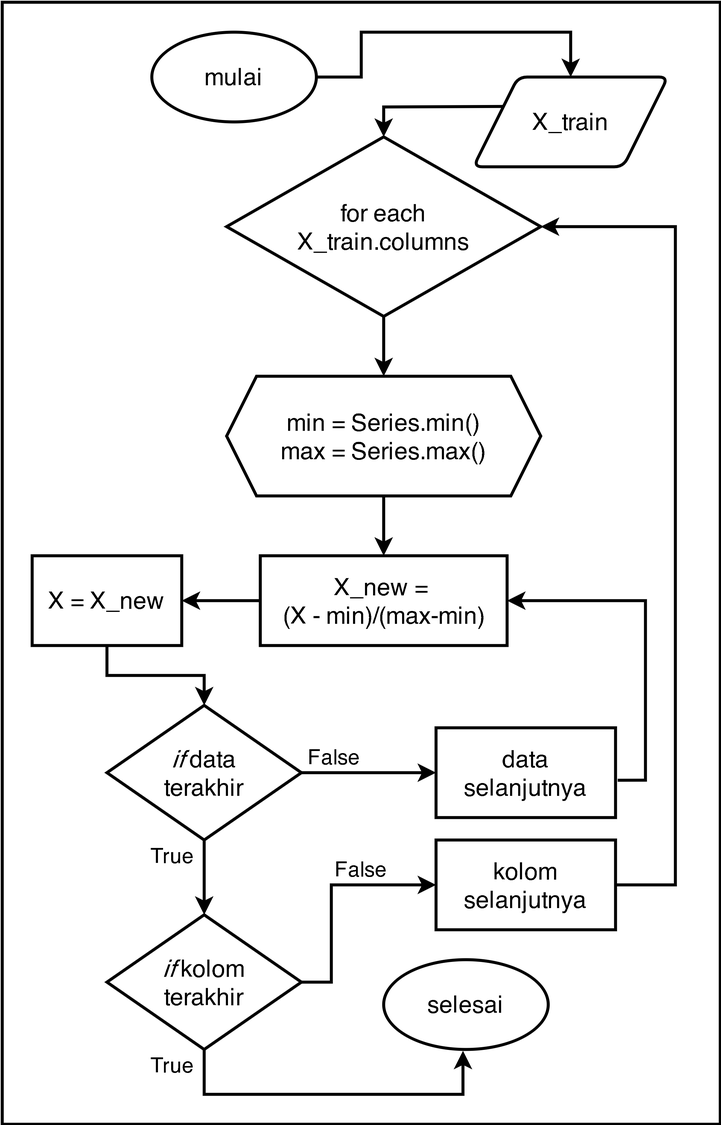
The draw.io diagram Images/flowchart_normalisasi_minmax.png in rshby/skripsi, before a commit. Source tidied: cells renumbered, new cells last; positions are measured from the earlier drawing's top-left corner, leaving out a move shared by most shapes.
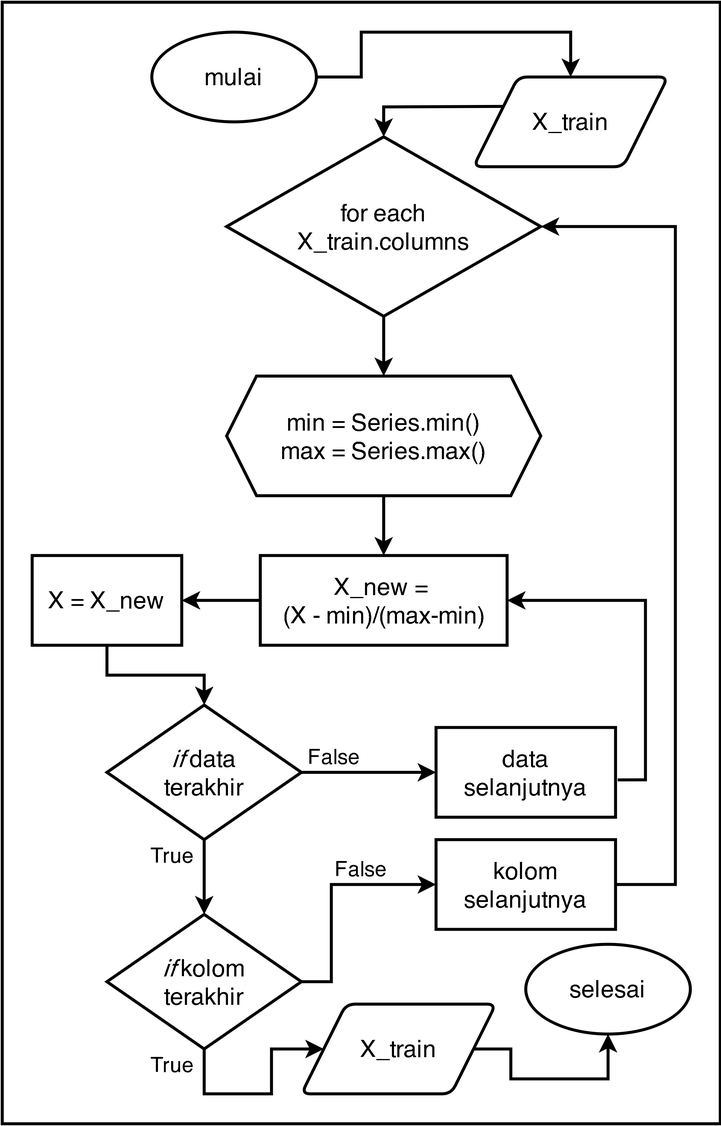
After the change.

Diff of the diagram source:
```diff
@@ -12,7 +12,7 @@
       <mxGeometry x="100" y="20" width="110" height="60" as="geometry" />
     </mxCell>
     <mxCell id="5" value="&lt;font style=&quot;font-size: 16px&quot;&gt;selesai&lt;/font&gt;" style="ellipse;whiteSpace=wrap;html=1;strokeWidth=2;" parent="2" vertex="1">
-      <mxGeometry x="255" y="640" width="110" height="60" as="geometry" />
+      <mxGeometry x="350" y="630" width="110" height="60" as="geometry" />
     </mxCell>
     <mxCell id="6" value="&lt;font style=&quot;font-size: 16px&quot;&gt;X_train&lt;/font&gt;" style="shape=parallelogram;html=1;strokeWidth=2;perimeter=parallelogramPerimeter;whiteSpace=wrap;rounded=1;arcSize=12;size=0.23;" parent="2" vertex="1">
       <mxGeometry x="315" y="50" width="130" height="60" as="geometry" />
@@ -39,20 +39,20 @@
       <mxGeometry x="150" y="90" width="210" height="120" as="geometry" />
     </mxCell>
     <mxCell id="12" style="endArrow=classic;html=1;exitX=0;exitY=0.25;exitDx=0;exitDy=0;entryX=0.5;entryY=0;entryDx=0;entryDy=0;strokeWidth=2;rounded=0;" parent="2" edge="1" source="6" target="11">
-      <mxGeometry relative="1" as="geometry">
+      <mxGeometry as="geometry">
         <Array as="points">
           <mxPoint x="255" y="70" />
         </Array>
       </mxGeometry>
     </mxCell>
     <mxCell id="13" style="endArrow=classic;html=1;strokeWidth=2;exitX=0.5;exitY=1;exitDx=0;exitDy=0;entryX=0.5;entryY=0;entryDx=0;entryDy=0;" parent="2" edge="1" source="11" target="8">
-      <mxGeometry relative="1" as="geometry" />
+      <mxGeometry as="geometry" />
     </mxCell>
     <mxCell id="14" value="&lt;font style=&quot;font-size: 16px&quot;&gt;X_new = &lt;br&gt;(X - min)/(max-min)&lt;/font&gt;" style="rounded=0;whiteSpace=wrap;html=1;strokeWidth=2;" parent="2" vertex="1">
       <mxGeometry x="172.5" y="370" width="165" height="60" as="geometry" />
     </mxCell>
     <mxCell id="15" style="endArrow=classic;html=1;strokeWidth=2;exitX=0.5;exitY=1;exitDx=0;exitDy=0;entryX=0.5;entryY=0;entryDx=0;entryDy=0;" parent="2" edge="1" source="8" target="14">
-      <mxGeometry relative="1" as="geometry" />
+      <mxGeometry as="geometry" />
     </mxCell>
     <mxCell id="16" value="&lt;font style=&quot;font-size: 16px&quot;&gt;&lt;i&gt;if&lt;/i&gt; data&lt;br&gt;terakhir&lt;/font&gt;" style="rhombus;whiteSpace=wrap;html=1;strokeWidth=2;" parent="2" vertex="1">
       <mxGeometry x="70" y="470" width="130" height="90" as="geometry" />
@@ -61,7 +61,7 @@
       <mxGeometry x="290" y="485" width="120" height="60" as="geometry" />
     </mxCell>
     <mxCell id="18" style="endArrow=classic;html=1;strokeWidth=2;exitX=0.5;exitY=1;exitDx=0;exitDy=0;entryX=0.5;entryY=0;entryDx=0;entryDy=0;rounded=0;" parent="2" edge="1" source="24" target="16">
-      <mxGeometry relative="1" as="geometry">
+      <mxGeometry as="geometry">
         <Array as="points">
           <mxPoint x="70" y="450" />
           <mxPoint x="135" y="450" />
@@ -69,10 +69,10 @@
       </mxGeometry>
     </mxCell>
     <mxCell id="19" style="endArrow=classic;html=1;strokeWidth=2;exitX=1;exitY=0.5;exitDx=0;exitDy=0;entryX=0;entryY=0.5;entryDx=0;entryDy=0;" parent="2" edge="1" source="16" target="17">
-      <mxGeometry relative="1" as="geometry" />
+      <mxGeometry as="geometry" />
     </mxCell>
     <mxCell id="20" style="endArrow=classic;html=1;strokeWidth=2;exitX=1.012;exitY=0.584;exitDx=0;exitDy=0;entryX=1;entryY=0.5;entryDx=0;entryDy=0;rounded=0;exitPerimeter=0;" parent="2" edge="1" source="17" target="14">
-      <mxGeometry relative="1" as="geometry">
+      <mxGeometry as="geometry">
         <Array as="points">
           <mxPoint x="430" y="520" />
           <mxPoint x="430" y="400" />
@@ -80,10 +80,10 @@
       </mxGeometry>
     </mxCell>
     <mxCell id="21" style="endArrow=classic;html=1;strokeWidth=2;exitX=0.5;exitY=1;exitDx=0;exitDy=0;entryX=0.5;entryY=0;entryDx=0;entryDy=0;" parent="2" edge="1" source="16" target="10">
-      <mxGeometry relative="1" as="geometry" />
+      <mxGeometry as="geometry" />
     </mxCell>
     <mxCell id="22" style="endArrow=classic;html=1;strokeWidth=2;exitX=1;exitY=0.5;exitDx=0;exitDy=0;entryX=0;entryY=0.5;entryDx=0;entryDy=0;rounded=0;" parent="2" edge="1" source="10" target="9">
-      <mxGeometry relative="1" as="geometry">
+      <mxGeometry as="geometry">
         <Array as="points">
           <mxPoint x="220" y="655" />
           <mxPoint x="220" y="590" />
@@ -91,7 +91,7 @@
       </mxGeometry>
     </mxCell>
     <mxCell id="23" style="endArrow=classic;html=1;strokeWidth=2;exitX=1;exitY=0.5;exitDx=0;exitDy=0;rounded=0;" parent="2" edge="1" source="9">
-      <mxGeometry relative="1" as="geometry">
+      <mxGeometry as="geometry">
         <mxPoint x="360" y="150" as="targetPoint" />
         <Array as="points">
           <mxPoint x="450" y="590" />
@@ -103,13 +103,14 @@
       <mxGeometry x="20" y="370" width="100" height="60" as="geometry" />
     </mxCell>
     <mxCell id="25" style="endArrow=classic;html=1;strokeWidth=2;exitX=0;exitY=0.5;exitDx=0;exitDy=0;entryX=1;entryY=0.5;entryDx=0;entryDy=0;" parent="2" edge="1" source="14" target="24">
-      <mxGeometry relative="1" as="geometry" />
+      <mxGeometry as="geometry" />
     </mxCell>
-    <mxCell id="26" style="endArrow=classic;html=1;strokeWidth=2;exitX=0.5;exitY=1;exitDx=0;exitDy=0;entryX=0.482;entryY=1.015;entryDx=0;entryDy=0;entryPerimeter=0;rounded=0;" parent="2" edge="1" source="10" target="5">
-      <mxGeometry relative="1" as="geometry">
+    <mxCell id="26" style="endArrow=classic;html=1;strokeWidth=2;exitX=0.5;exitY=1;exitDx=0;exitDy=0;entryX=0;entryY=0.5;entryDx=0;entryDy=0;rounded=0;" parent="2" edge="1" source="10" target="31">
+      <mxGeometry x="90" y="-220" as="geometry">
         <Array as="points">
           <mxPoint x="135" y="730" />
-          <mxPoint x="308" y="730" />
+          <mxPoint x="180" y="730" />
+          <mxPoint x="180" y="700" />
         </Array>
       </mxGeometry>
     </mxCell>
@@ -125,5 +126,17 @@
     <mxCell id="30" value="&lt;font style=&quot;font-size: 14px&quot;&gt;False&lt;/font&gt;" style="text;html=1;strokeColor=none;fillColor=none;align=center;verticalAlign=middle;whiteSpace=wrap;rounded=0;" parent="2" vertex="1">
       <mxGeometry x="202" y="494" width="40" height="20" as="geometry" />
     </mxCell>
+    <mxCell id="31" value="&lt;font style=&quot;font-size: 16px&quot;&gt;X_train&lt;/font&gt;" style="shape=parallelogram;html=1;strokeWidth=2;perimeter=parallelogramPerimeter;whiteSpace=wrap;rounded=1;arcSize=12;size=0.23;" parent="2" vertex="1">
+      <mxGeometry x="200" y="670" width="130" height="60" as="geometry" />
+    </mxCell>
+    <mxCell id="32" style="endArrow=classic;html=1;exitX=1;exitY=0.5;exitDx=0;exitDy=0;entryX=0.5;entryY=1;entryDx=0;entryDy=0;strokeWidth=2;rounded=0;" parent="2" edge="1" source="31" target="5">
+      <mxGeometry relative="1" as="geometry">
+        <Array as="points">
+          <mxPoint x="340" y="700" />
+          <mxPoint x="340" y="720" />
+          <mxPoint x="405" y="720" />
+        </Array>
+      </mxGeometry>
+    </mxCell>
   </root>
 </mxGraphModel>
```
